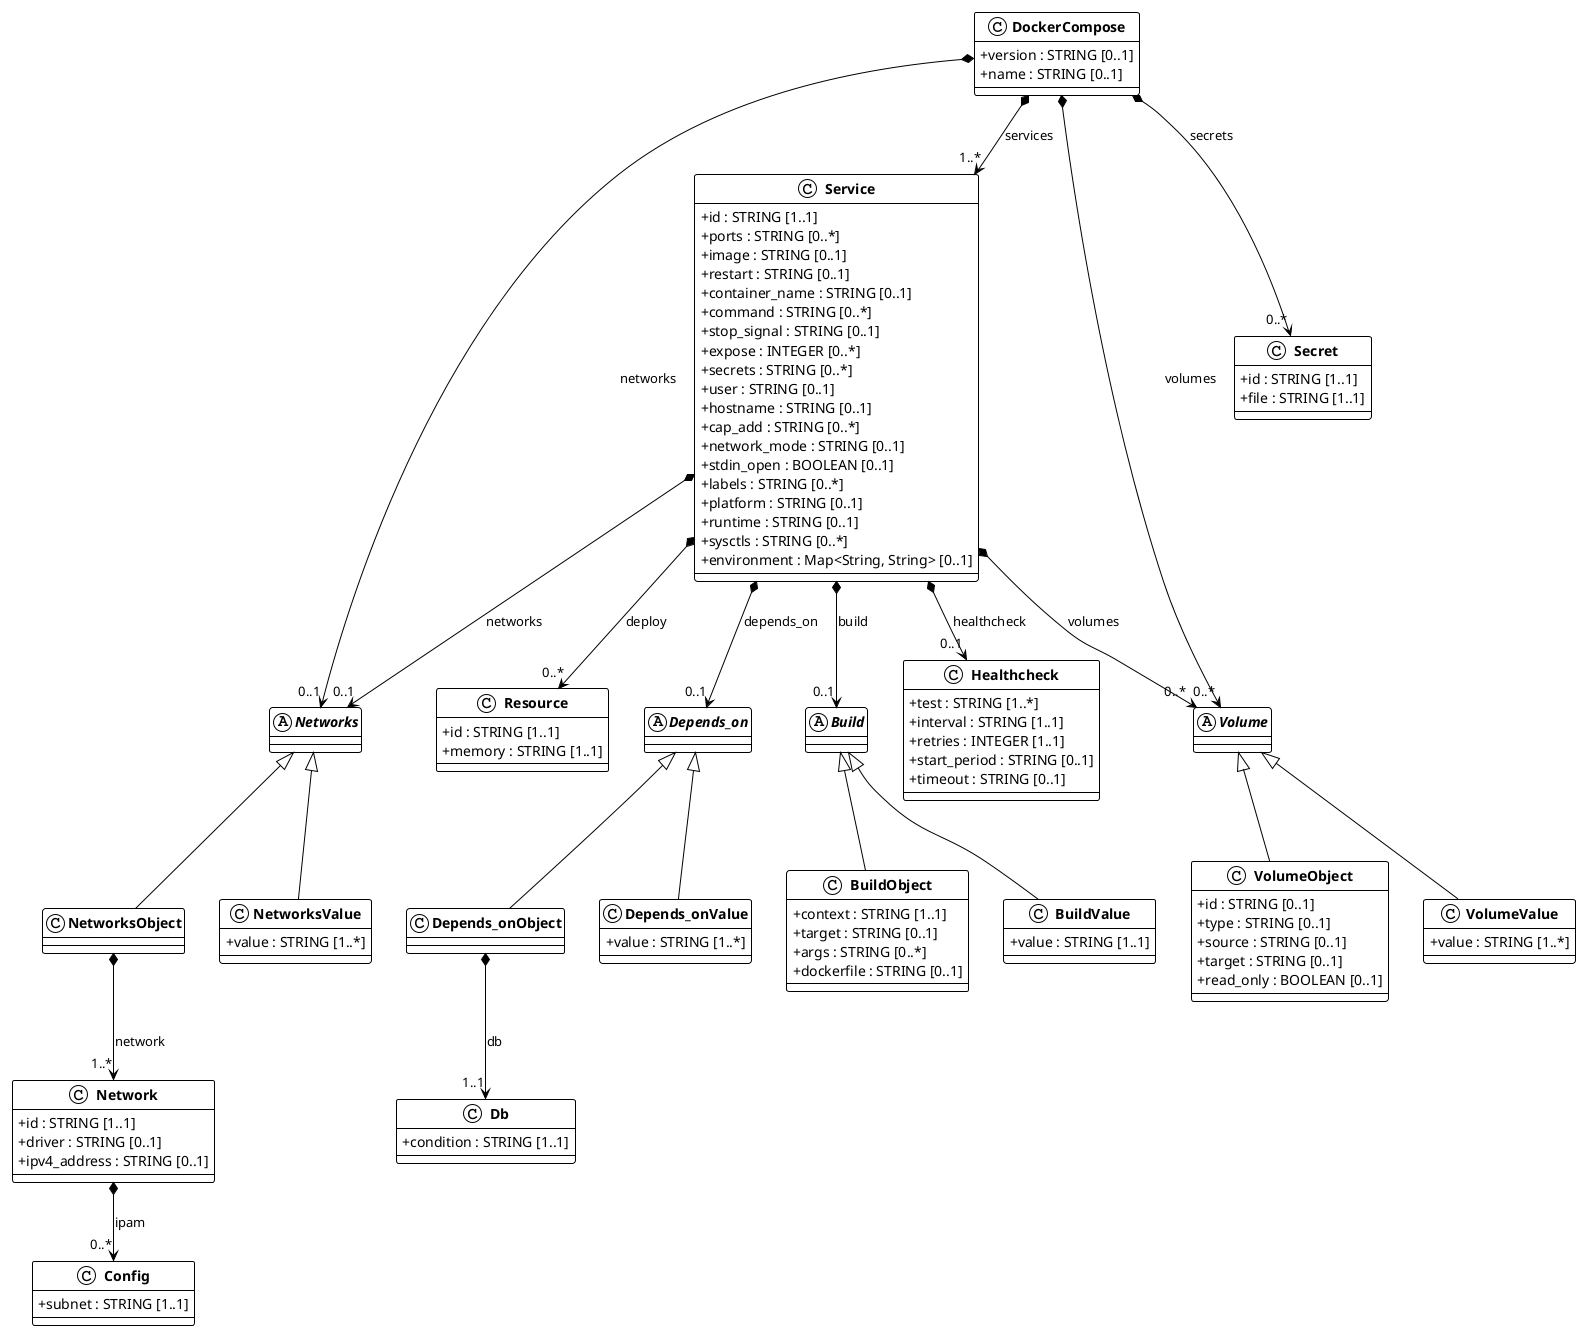
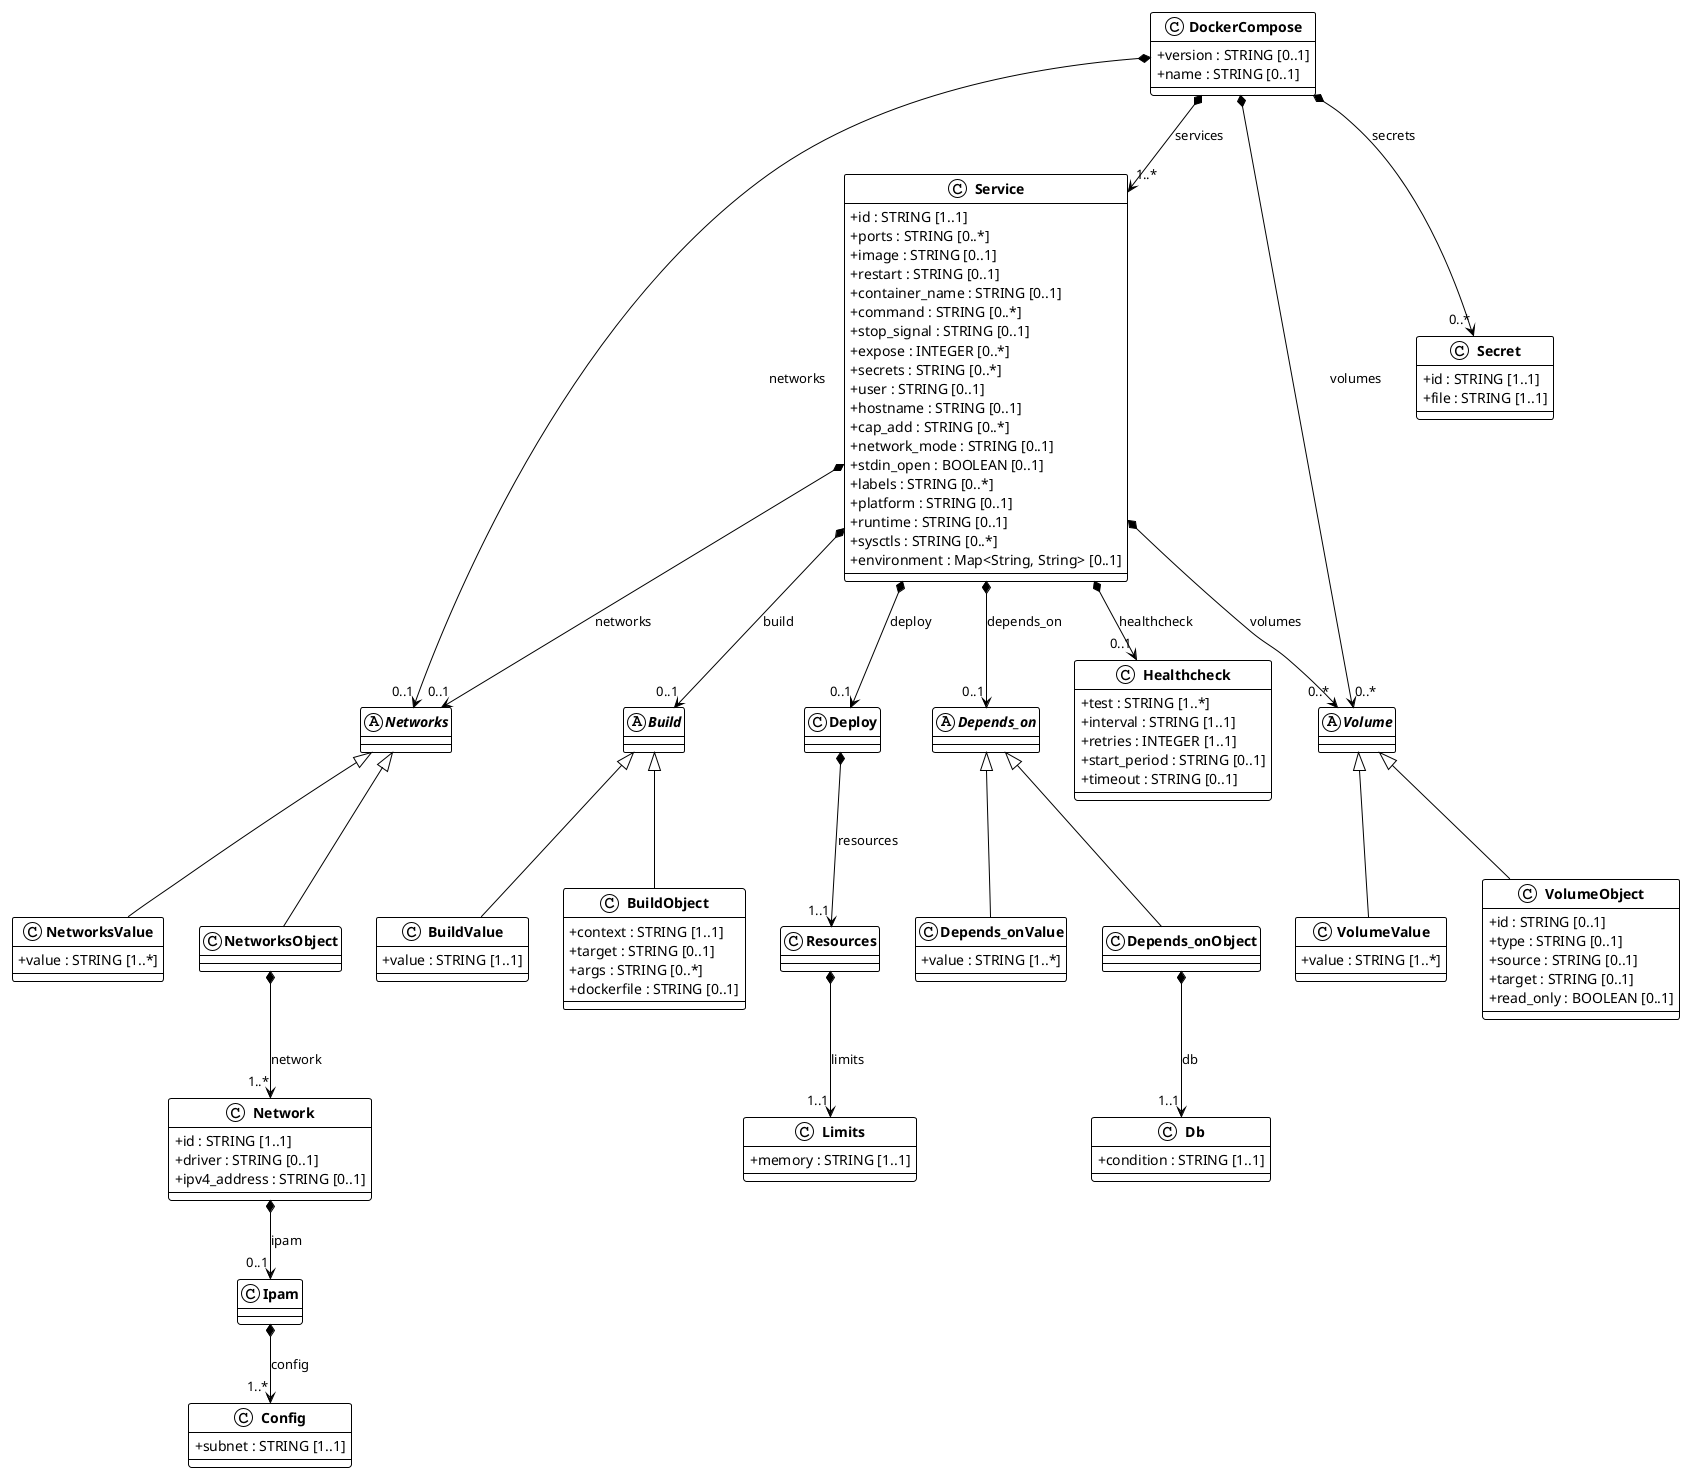
@startuml docker_compose
!theme plain
skinparam classAttributeIconSize 0
skinparam classFontStyle bold

class DockerCompose{
  + version : STRING [0..1]
  + name : STRING [0..1]
}

class Service{
  + id : STRING [1..1]
  + ports : STRING [0..*]
  + image : STRING [0..1]
  + restart : STRING [0..1]
  + container_name : STRING [0..1]
  + command : STRING [0..*]
  + stop_signal : STRING [0..1]
  + expose : INTEGER [0..*]
  + secrets : STRING [0..*]
  + user : STRING [0..1]
  + hostname : STRING [0..1]
  + cap_add : STRING [0..*]
  + network_mode : STRING [0..1]
  + stdin_open : BOOLEAN [0..1]
  + labels : STRING [0..*]
  + platform : STRING [0..1]
  + runtime : STRING [0..1]
  + sysctls : STRING [0..*]
  + environment : Map<String, String> [0..1]
}

abstract class Build{
}

class Healthcheck{
  + test : STRING [1..*]
  + interval : STRING [1..1]
  + retries : INTEGER [1..1]
  + start_period : STRING [0..1]
  + timeout : STRING [0..1]
}

abstract class Networks{
}

class Network{
  + id : STRING [1..1]
  + driver : STRING [0..1]
  + ipv4_address : STRING [0..1]
}

abstract class Volume{
}

- class Resource{
-   + id : STRING [1..1]
+ class Deploy{
+ }
+ 
+ class Resources{
+ }
+ 
+ class Limits{
  + memory : STRING [1..1]
+ }
+ 
+ abstract class Depends_on{
+ }
+ 
+ class Db{
+   + condition : STRING [1..1]
}

class Secret{
  + id : STRING [1..1]
  + file : STRING [1..1]
}

- abstract class Depends_on{
- }
- 
- class Db{
-   + condition : STRING [1..1]
+ class Ipam{
}

class Config{
  + subnet : STRING [1..1]
}

class VolumeObject{
  + id : STRING [0..1]
  + type : STRING [0..1]
  + source : STRING [0..1]
  + target : STRING [0..1]
  + read_only : BOOLEAN [0..1]
}

class VolumeValue{
  + value : STRING [1..*]
}

class BuildObject{
  + context : STRING [1..1]
  + target : STRING [0..1]
  + args : STRING [0..*]
  + dockerfile : STRING [0..1]
}

class BuildValue{
  + value : STRING [1..1]
}

class NetworksObject{
}

class NetworksValue{
  + value : STRING [1..*]
}

class Depends_onObject{
}

class Depends_onValue{
  + value : STRING [1..*]
}

Volume <|-- VolumeObject
Volume <|-- VolumeValue
Build <|-- BuildObject
Build <|-- BuildValue
Networks <|-- NetworksObject
Networks <|-- NetworksValue
Depends_on <|-- Depends_onObject
Depends_on <|-- Depends_onValue

DockerCompose *--> "1..*" Service : services
DockerCompose *--> "0..1" Networks : networks
DockerCompose *--> "0..*" Volume : volumes
DockerCompose *--> "0..*" Secret : secrets
Service *--> "0..1" Build : build
Service *--> "0..1" Healthcheck : healthcheck
- Service *--> "0..*" Resource : deploy
+ Service *--> "0..1" Deploy : deploy
Service *--> "0..1" Depends_on : depends_on
Service *--> "0..*" Volume : volumes
Service *--> "0..1" Networks : networks
- Network *--> "0..*" Config : ipam
+ Network *--> "0..1" Ipam : ipam
+ Deploy *--> "1..1" Resources : resources
+ Resources *--> "1..1" Limits : limits
+ Ipam *--> "1..*" Config : config
NetworksObject *--> "1..*" Network : network
Depends_onObject *--> "1..1" Db : db

@enduml
